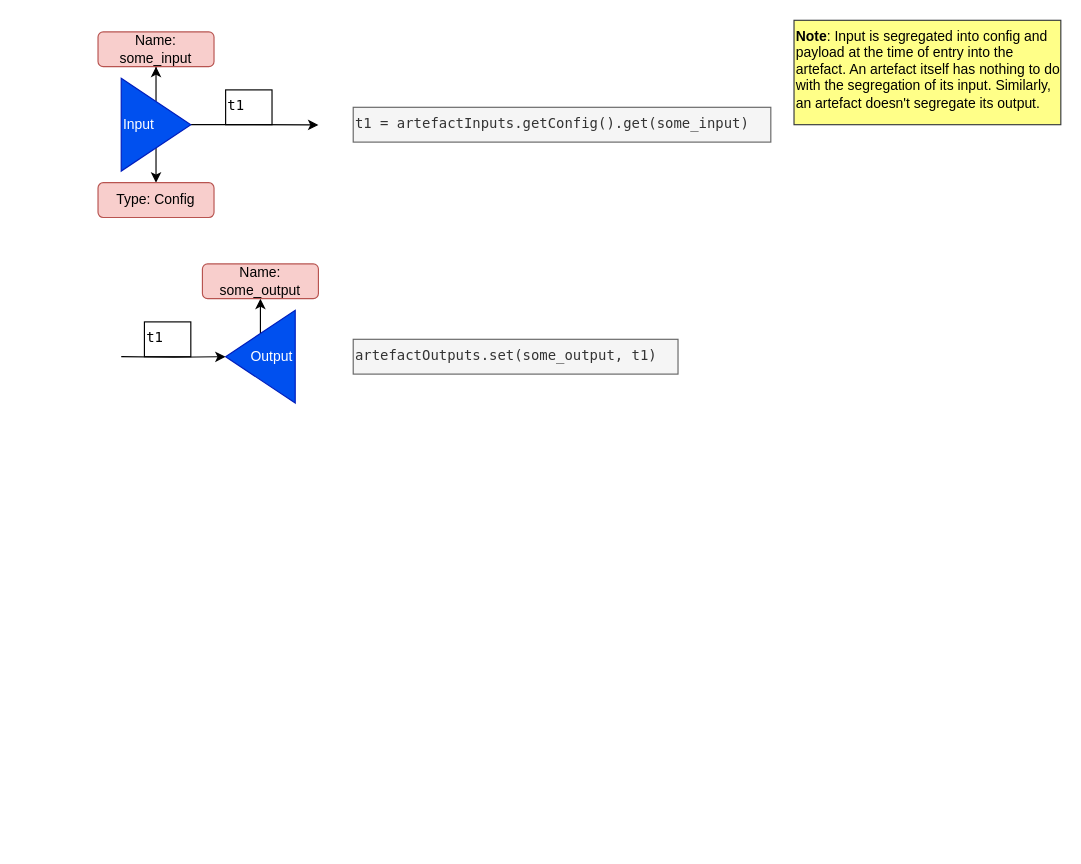
This is New Language Examples/Basic Node Usage.drawio from rohan843/dnncase, a draw.io file, before an edit. Source tidied: cells renumbered, new cells numbered last; positions are measured from the earlier drawing's top-left corner, leaving out a move shared by most shapes. Both pictures are drawn from the tidied source at 116%, with x=0, y=0 at pixel (97, 20).
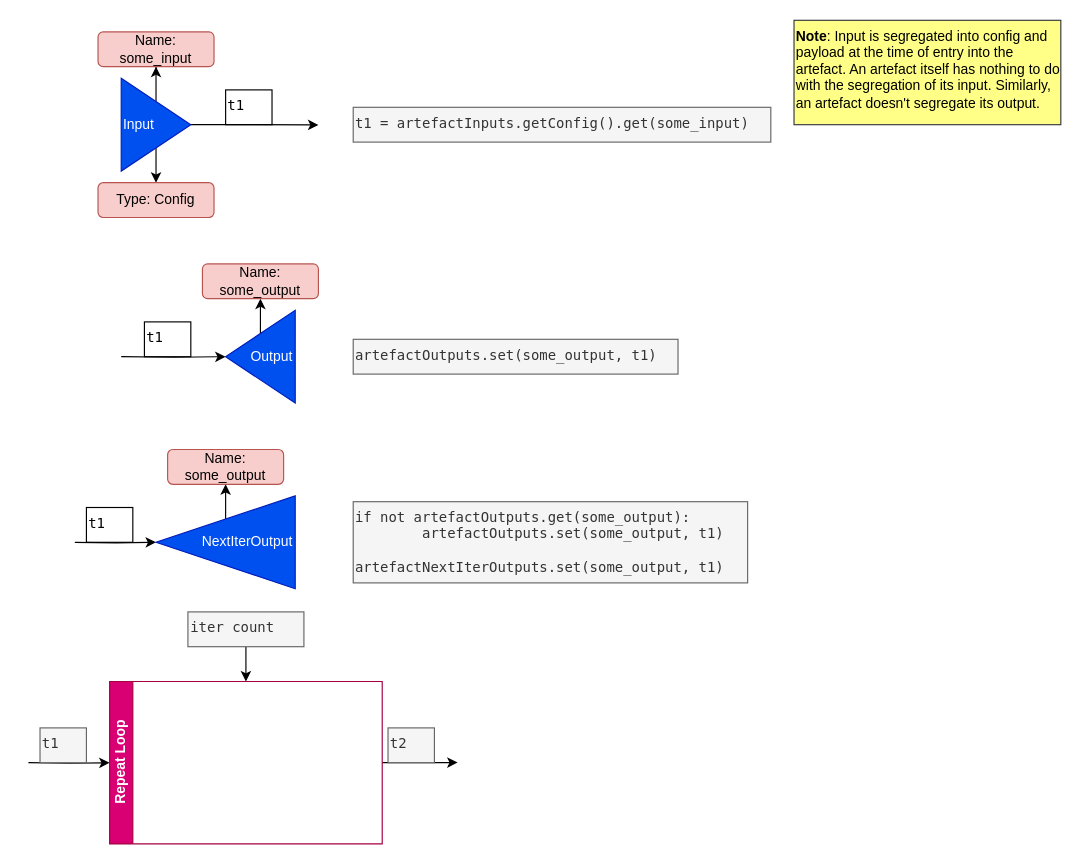
Above is the later version.

Change to the diagram source:
```diff
@@
+    <mxCell id="17" style="edgeStyle=orthogonalEdgeStyle;rounded=0;jettySize=auto;html=1;exitX=0.5;exitY=1;exitDx=0;exitDy=0;entryX=0.5;entryY=1;entryDx=0;entryDy=0;" parent="1" edge="1" source="19" target="20">
+      <mxGeometry relative="1" as="geometry" />
+    </mxCell>
+    <mxCell id="18" style="edgeStyle=orthogonalEdgeStyle;rounded=0;jettySize=auto;html=1;entryX=1;entryY=0.5;entryDx=0;entryDy=0;" parent="1" edge="1" target="19">
+      <mxGeometry relative="1" as="geometry">
+        <mxPoint x="-20" y="450" as="sourcePoint" />
+      </mxGeometry>
+    </mxCell>
+    <mxCell id="19" value="NextIterOutput" style="triangle;whiteSpace=wrap;html=1;direction=west;align=right;fillColor=#0050ef;fontColor=#ffffff;strokeColor=#001DBC;" parent="1" vertex="1">
+      <mxGeometry x="50" y="410" width="120" height="80" as="geometry" />
+    </mxCell>
+    <mxCell id="20" value="Name: some_output" style="rounded=1;whiteSpace=wrap;html=1;fillColor=#f8cecc;strokeColor=#b85450;" parent="1" vertex="1">
+      <mxGeometry x="60" y="370" width="100" height="30" as="geometry" />
+    </mxCell>
+    <mxCell id="21" value="t1" style="text;html=1;strokeColor=default;fillColor=none;align=left;verticalAlign=top;whiteSpace=wrap;rounded=0;fontFamily=Lucida Console;" parent="1" vertex="1">
+      <mxGeometry x="-10" y="420" width="40" height="30" as="geometry" />
+    </mxCell>
+    <mxCell id="22" value="if not artefactOutputs.get(some_output):&lt;br&gt;&lt;span style=&quot;white-space: pre;&quot;&gt;&#9;&lt;/span&gt;artefactOutputs.set(some_output, t1)&lt;br&gt;&lt;br&gt;artefactNextIterOutputs.set(some_output, t1)" style="text;html=1;align=left;verticalAlign=top;whiteSpace=wrap;rounded=0;fontFamily=Lucida Console;fillColor=#f5f5f5;fontColor=#333333;strokeColor=#666666;" parent="1" vertex="1">
+      <mxGeometry x="220" y="415" width="340" height="70" as="geometry" />
+    </mxCell>
+    <mxCell id="23" style="edgeStyle=orthogonalEdgeStyle;rounded=0;jettySize=auto;html=1;entryX=0;entryY=0.5;entryDx=0;entryDy=0;" parent="1" edge="1" target="26">
+      <mxGeometry relative="1" as="geometry">
+        <mxPoint x="-60" y="640" as="sourcePoint" />
+      </mxGeometry>
+    </mxCell>
+    <mxCell id="24" style="edgeStyle=orthogonalEdgeStyle;rounded=0;jettySize=auto;html=1;entryX=0.5;entryY=0;entryDx=0;entryDy=0;" parent="1" edge="1" source="28" target="26">
+      <mxGeometry relative="1" as="geometry" />
+    </mxCell>
+    <mxCell id="25" style="edgeStyle=orthogonalEdgeStyle;rounded=0;jettySize=auto;html=1;exitX=1;exitY=0.5;exitDx=0;exitDy=0;" parent="1" edge="1" source="26">
+      <mxGeometry relative="1" as="geometry">
+        <mxPoint x="310" y="639.9" as="targetPoint" />
+      </mxGeometry>
+    </mxCell>
+    <mxCell id="26" value="Repeat Loop" style="swimlane;html=1;startSize=20;horizontal=0;flowOrientation=west;interRankCellSpacing=50;containerType=tree;fontSize=12;fillColor=#d80073;fontColor=#ffffff;strokeColor=#A50040;" parent="1" vertex="1">
+      <mxGeometry x="10" y="570" width="235" height="140" as="geometry" />
+    </mxCell>
+    <mxCell id="27" value="t1" style="text;html=1;align=left;verticalAlign=top;whiteSpace=wrap;rounded=0;fontFamily=Lucida Console;fillColor=#f5f5f5;fontColor=#333333;strokeColor=#666666;" parent="1" vertex="1">
+      <mxGeometry x="-50" y="610" width="40" height="30" as="geometry" />
+    </mxCell>
+    <mxCell id="28" value="iter count" style="text;html=1;align=left;verticalAlign=top;whiteSpace=wrap;rounded=0;fontFamily=Lucida Console;fillColor=#f5f5f5;fontColor=#333333;strokeColor=#666666;" parent="1" vertex="1">
+      <mxGeometry x="77.5" y="510" width="100" height="30" as="geometry" />
+    </mxCell>
+    <mxCell id="29" value="t2" style="text;html=1;align=left;verticalAlign=top;whiteSpace=wrap;rounded=0;fontFamily=Lucida Console;fillColor=#f5f5f5;fontColor=#333333;strokeColor=#666666;" parent="1" vertex="1">
+      <mxGeometry x="250" y="610" width="40" height="30" as="geometry" />
+    </mxCell>
```
